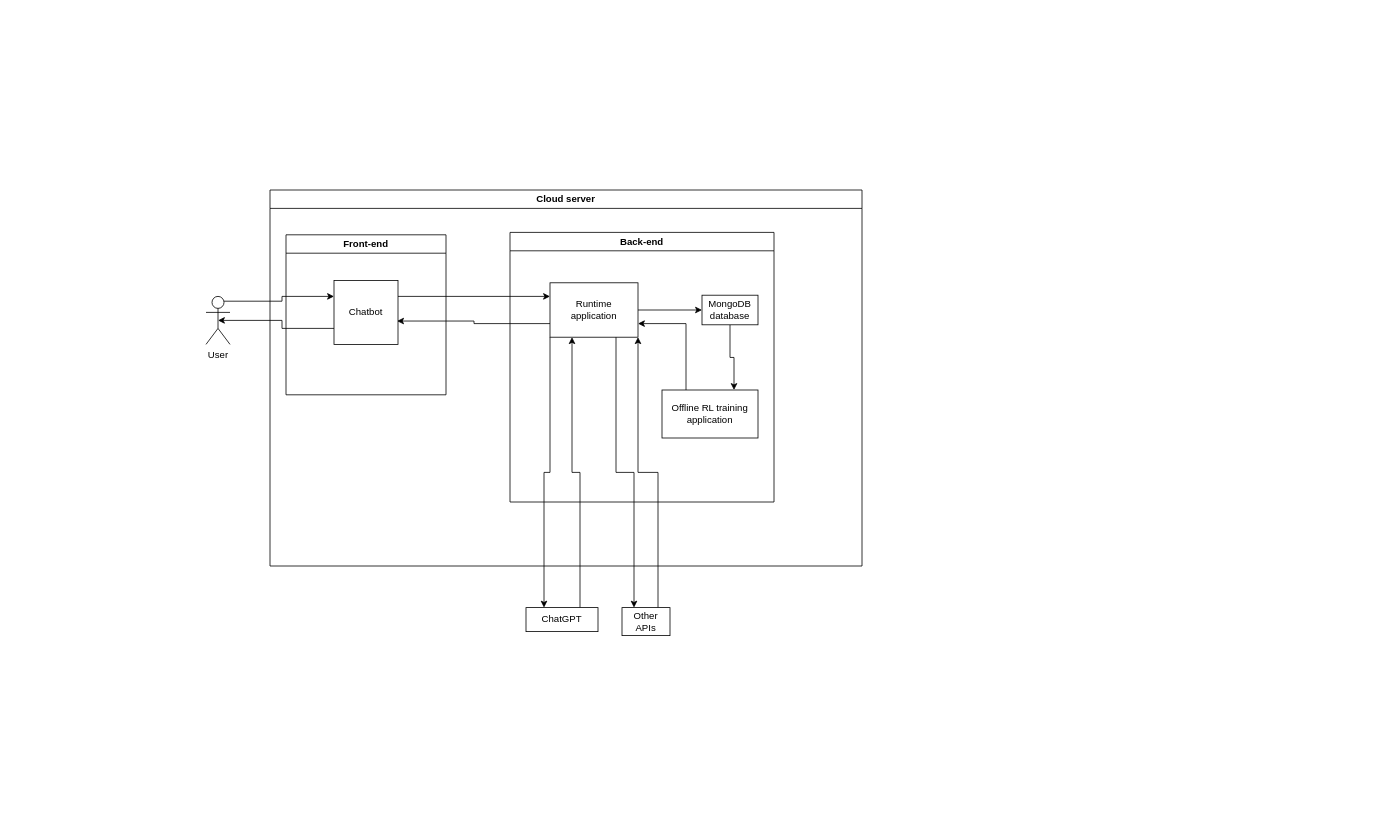
Above: DJ_plugin.drawio in danmohad/tweeter-tweeter (draw.io), before the change. Source tidied: cells renumbered, new cells numbered last; positions are measured from the earlier drawing's top-left corner, leaving out a move shared by most shapes. Both pictures are drawn from the tidied source at 80%, with x=0, y=0 at pixel (206, 190).
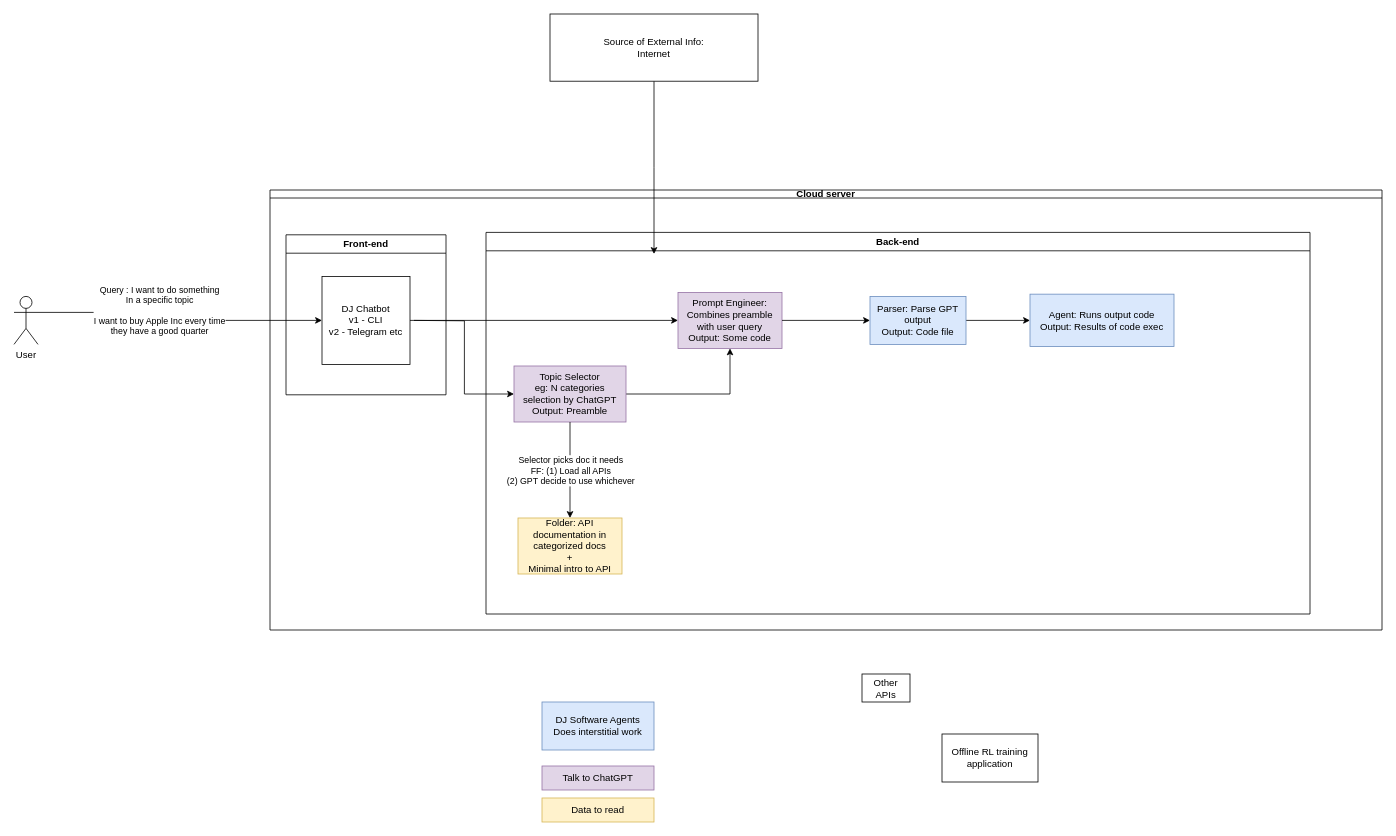
Above is the later version.

The change refers to these unchanged cells:
```xml
<mxCell id="4" value="Front-end" style="swimlane;whiteSpace=wrap;html=1;" parent="1" vertex="1">
  <mxGeometry x="100" y="56" width="200" height="200" as="geometry" />
</mxCell>
```

Change to the diagram source:
```diff
@@
-    <mxCell id="2" style="edgeStyle=orthogonalEdgeStyle;rounded=0;jettySize=auto;html=1;exitX=0.75;exitY=0.1;exitDx=0;exitDy=0;exitPerimeter=0;entryX=0;entryY=0.25;entryDx=0;entryDy=0;" parent="1" edge="1" source="3" target="5">
+    <mxCell id="2" style="edgeStyle=orthogonalEdgeStyle;rounded=0;jettySize=auto;html=1;exitX=1;exitY=0.3333333333333333;exitDx=0;exitDy=0;exitPerimeter=0;" parent="1" edge="1" source="3" target="5">
       <mxGeometry relative="1" as="geometry" />
     </mxCell>
+    <mxCell id="23" value="Query : I want to do something&lt;br&gt;In a specific topic&lt;br&gt;&lt;br&gt;I want to buy Apple Inc every time &lt;br&gt;they have a good quarter" style="edgeLabel;html=1;align=center;verticalAlign=middle;" parent="2" vertex="1">
+      <mxGeometry x="-0.08" relative="1" as="geometry">
+        <mxPoint x="-17" y="-3" as="offset" />
+      </mxGeometry>
+    </mxCell>
     <mxCell id="3" value="User" style="shape=umlActor;verticalLabelPosition=bottom;verticalAlign=top;html=1;outlineConnect=0;" parent="1" vertex="1">
-      <mxGeometry y="133" width="30" height="60" as="geometry" />
+      <mxGeometry x="-240" y="133" width="30" height="60" as="geometry" />
     </mxCell>
@@
-    <mxCell id="5" value="Chatbot" style="whiteSpace=wrap;html=1;" parent="4" vertex="1">
-      <mxGeometry x="60" y="57" width="80" height="80" as="geometry" />
-    </mxCell>
-    <mxCell id="6" style="edgeStyle=orthogonalEdgeStyle;rounded=0;jettySize=auto;html=1;exitX=0;exitY=0.75;exitDx=0;exitDy=0;entryX=0.5;entryY=0.5;entryDx=0;entryDy=0;entryPerimeter=0;" parent="1" edge="1" source="5" target="3">
-      <mxGeometry relative="1" as="geometry" />
-    </mxCell>
     <mxCell id="7" value="Back-end" style="swimlane;whiteSpace=wrap;html=1;" parent="1" vertex="1">
-      <mxGeometry x="380" y="53" width="330" height="337" as="geometry" />
+      <mxGeometry x="350" y="53" width="1030" height="477" as="geometry" />
     </mxCell>
-    <mxCell id="8" value="Runtime&lt;br&gt;application" style="rounded=0;whiteSpace=wrap;html=1;" parent="7" vertex="1">
-      <mxGeometry x="50" y="63" width="110" height="68" as="geometry" />
-    </mxCell>
-    <mxCell id="9" style="edgeStyle=orthogonalEdgeStyle;rounded=0;jettySize=auto;html=1;exitX=1;exitY=0.25;exitDx=0;exitDy=0;entryX=0;entryY=0.25;entryDx=0;entryDy=0;" parent="1" edge="1" source="5" target="8">
-      <mxGeometry relative="1" as="geometry" />
-    </mxCell>
-    <mxCell id="10" style="edgeStyle=orthogonalEdgeStyle;rounded=0;jettySize=auto;html=1;exitX=0;exitY=0.75;exitDx=0;exitDy=0;entryX=0.986;entryY=0.635;entryDx=0;entryDy=0;entryPerimeter=0;" parent="1" edge="1" source="8" target="5">
-      <mxGeometry relative="1" as="geometry" />
-    </mxCell>
-    <mxCell id="11" style="edgeStyle=orthogonalEdgeStyle;rounded=0;jettySize=auto;html=1;exitX=0.5;exitY=1;exitDx=0;exitDy=0;entryX=0.75;entryY=0;entryDx=0;entryDy=0;" parent="1" edge="1" source="12" target="19">
-      <mxGeometry relative="1" as="geometry" />
-    </mxCell>
-    <mxCell id="12" value="MongoDB database" style="rounded=0;whiteSpace=wrap;html=1;" parent="1" vertex="1">
-      <mxGeometry x="620" y="131.5" width="70" height="37" as="geometry" />
-    </mxCell>
-    <mxCell id="13" style="edgeStyle=orthogonalEdgeStyle;rounded=0;jettySize=auto;html=1;exitX=1;exitY=0.5;exitDx=0;exitDy=0;entryX=0;entryY=0.5;entryDx=0;entryDy=0;" parent="1" edge="1" source="8" target="12">
-      <mxGeometry relative="1" as="geometry" />
-    </mxCell>
-    <mxCell id="14" style="edgeStyle=orthogonalEdgeStyle;rounded=0;jettySize=auto;html=1;exitX=0.75;exitY=0;exitDx=0;exitDy=0;entryX=0.25;entryY=1;entryDx=0;entryDy=0;" parent="1" edge="1" source="15" target="8">
-      <mxGeometry relative="1" as="geometry" />
-    </mxCell>
-    <mxCell id="15" value="ChatGPT" style="rounded=0;whiteSpace=wrap;html=1;" parent="1" vertex="1">
-      <mxGeometry x="400" y="522" width="90" height="30" as="geometry" />
-    </mxCell>
-    <mxCell id="16" style="edgeStyle=orthogonalEdgeStyle;rounded=0;jettySize=auto;html=1;exitX=0.75;exitY=0;exitDx=0;exitDy=0;entryX=1;entryY=1;entryDx=0;entryDy=0;" parent="1" edge="1" source="17" target="8">
-      <mxGeometry relative="1" as="geometry" />
-    </mxCell>
     <mxCell id="17" value="Other APIs" style="rounded=0;whiteSpace=wrap;html=1;" parent="1" vertex="1">
-      <mxGeometry x="520" y="522" width="60" height="35" as="geometry" />
+      <mxGeometry x="820" y="605" width="60" height="35" as="geometry" />
     </mxCell>
-    <mxCell id="18" value="Cloud server" style="swimlane;whiteSpace=wrap;html=1;startSize=23;" parent="1" vertex="1">
-      <mxGeometry x="80" width="740" height="470" as="geometry" />
+    <mxCell id="18" value="Cloud server" style="swimlane;whiteSpace=wrap;html=1;startSize=10;" parent="1" vertex="1">
+      <mxGeometry x="80" width="1390" height="550" as="geometry" />
     </mxCell>
+    <mxCell id="24" value="Prompt Engineer: Combines preamble with user query&lt;br&gt;Output: Some code" style="rounded=0;whiteSpace=wrap;html=1;fillColor=#e1d5e7;strokeColor=#9673a6;" parent="18" vertex="1">
+      <mxGeometry x="510" y="128" width="130" height="70" as="geometry" />
+    </mxCell>
+    <mxCell id="25" style="edgeStyle=orthogonalEdgeStyle;rounded=0;jettySize=auto;html=1;exitX=1;exitY=0.5;exitDx=0;exitDy=0;entryX=0;entryY=0.5;entryDx=0;entryDy=0;" parent="18" edge="1" source="5" target="24">
+      <mxGeometry relative="1" as="geometry" />
+    </mxCell>
+    <mxCell id="5" value="DJ Chatbot&lt;br&gt;v1 - CLI&lt;br&gt;v2 - Telegram etc" style="whiteSpace=wrap;html=1;" parent="18" vertex="1">
+      <mxGeometry x="65" y="108" width="110" height="110" as="geometry" />
+    </mxCell>
+    <mxCell id="26" style="edgeStyle=orthogonalEdgeStyle;rounded=0;jettySize=auto;html=1;" parent="18" edge="1" source="27" target="24">
+      <mxGeometry relative="1" as="geometry" />
+    </mxCell>
+    <mxCell id="27" value="Topic Selector&lt;br&gt;eg: N categories&lt;br&gt;selection by ChatGPT&lt;br&gt;Output: Preamble" style="rounded=0;whiteSpace=wrap;html=1;fillColor=#e1d5e7;strokeColor=#9673a6;" parent="18" vertex="1">
+      <mxGeometry x="305" y="220" width="140" height="70" as="geometry" />
+    </mxCell>
+    <mxCell id="28" value="Folder: API documentation in categorized docs&lt;br&gt;+&lt;br&gt;Minimal intro to API" style="rounded=0;whiteSpace=wrap;html=1;fillColor=#fff2cc;strokeColor=#d6b656;" parent="18" vertex="1">
+      <mxGeometry x="310" y="410" width="130" height="70" as="geometry" />
+    </mxCell>
+    <mxCell id="29" style="endArrow=classic;html=1;rounded=0;exitX=0.5;exitY=1;exitDx=0;exitDy=0;entryX=0.5;entryY=0;entryDx=0;entryDy=0;" parent="18" edge="1" source="27" target="28">
+      <mxGeometry relative="1" as="geometry" />
+    </mxCell>
+    <mxCell id="30" value="Selector picks doc it needs&lt;br&gt;FF: (1) Load all APIs&lt;br&gt;(2) GPT decide to use whichever" style="edgeLabel;html=1;align=center;verticalAlign=middle;" parent="29" vertex="1">
+      <mxGeometry relative="1" as="geometry" />
+    </mxCell>
+    <mxCell id="31" style="edgeStyle=orthogonalEdgeStyle;rounded=0;jettySize=auto;html=1;entryX=0;entryY=0.5;entryDx=0;entryDy=0;" parent="18" edge="1" target="27">
+      <mxGeometry relative="1" as="geometry">
+        <mxPoint x="180" y="163" as="sourcePoint" />
+      </mxGeometry>
+    </mxCell>
+    <mxCell id="32" style="edgeStyle=orthogonalEdgeStyle;rounded=0;jettySize=auto;html=1;" parent="18" edge="1" source="33" target="35">
+      <mxGeometry relative="1" as="geometry" />
+    </mxCell>
+    <mxCell id="33" value="Parser: Parse GPT output&lt;br&gt;Output: Code file" style="rounded=0;whiteSpace=wrap;html=1;fillColor=#dae8fc;strokeColor=#6c8ebf;" parent="18" vertex="1">
+      <mxGeometry x="750" y="133" width="120" height="60" as="geometry" />
+    </mxCell>
+    <mxCell id="34" style="edgeStyle=orthogonalEdgeStyle;rounded=0;jettySize=auto;html=1;entryX=0;entryY=0.5;entryDx=0;entryDy=0;" parent="18" edge="1" source="24" target="33">
+      <mxGeometry relative="1" as="geometry" />
+    </mxCell>
+    <mxCell id="35" value="Agent: Runs output code&lt;br&gt;Output: Results of code exec" style="rounded=0;whiteSpace=wrap;html=1;fillColor=#dae8fc;strokeColor=#6c8ebf;" parent="18" vertex="1">
+      <mxGeometry x="950" y="130.2" width="180" height="65.5" as="geometry" />
+    </mxCell>
+    <mxCell id="36" style="edgeStyle=orthogonalEdgeStyle;rounded=0;jettySize=auto;html=1;" parent="1" edge="1" source="12">
+      <mxGeometry relative="1" as="geometry">
+        <mxPoint x="560" y="80" as="targetPoint" />
+      </mxGeometry>
+    </mxCell>
+    <mxCell id="12" value="Source of External Info:&lt;br&gt;Internet" style="rounded=0;whiteSpace=wrap;html=1;" parent="1" vertex="1">
+      <mxGeometry x="430" y="-220" width="260" height="84" as="geometry" />
+    </mxCell>
-    <mxCell id="19" value="Offline RL training application" style="rounded=0;whiteSpace=wrap;html=1;" parent="18" vertex="1">
-      <mxGeometry x="490" y="250" width="120" height="60" as="geometry" />
+    <mxCell id="19" value="Offline RL training application" style="rounded=0;whiteSpace=wrap;html=1;" parent="1" vertex="1">
+      <mxGeometry x="920" y="680" width="120" height="60" as="geometry" />
     </mxCell>
-    <mxCell id="20" style="edgeStyle=orthogonalEdgeStyle;rounded=0;jettySize=auto;html=1;exitX=0.25;exitY=0;exitDx=0;exitDy=0;entryX=1;entryY=0.75;entryDx=0;entryDy=0;" parent="1" edge="1" source="19" target="8">
-      <mxGeometry relative="1" as="geometry" />
-    </mxCell>
-    <mxCell id="21" style="edgeStyle=orthogonalEdgeStyle;rounded=0;jettySize=auto;html=1;exitX=0;exitY=1;exitDx=0;exitDy=0;entryX=0.25;entryY=0;entryDx=0;entryDy=0;" parent="1" edge="1" source="8" target="15">
-      <mxGeometry relative="1" as="geometry" />
-    </mxCell>
-    <mxCell id="22" style="edgeStyle=orthogonalEdgeStyle;rounded=0;jettySize=auto;html=1;exitX=0.75;exitY=1;exitDx=0;exitDy=0;entryX=0.25;entryY=0;entryDx=0;entryDy=0;" parent="1" edge="1" source="8" target="17">
-      <mxGeometry relative="1" as="geometry" />
-    </mxCell>
+    <mxCell id="37" value="Talk to ChatGPT" style="rounded=0;whiteSpace=wrap;html=1;fillColor=#e1d5e7;strokeColor=#9673a6;" parent="1" vertex="1">
+      <mxGeometry x="420" y="720" width="140" height="30" as="geometry" />
+    </mxCell>
+    <mxCell id="38" value="Data to read" style="rounded=0;whiteSpace=wrap;html=1;fillColor=#fff2cc;strokeColor=#d6b656;" parent="1" vertex="1">
+      <mxGeometry x="420" y="760" width="140" height="30" as="geometry" />
+    </mxCell>
+    <mxCell id="39" value="DJ Software Agents&lt;br&gt;Does interstitial work" style="rounded=0;whiteSpace=wrap;html=1;fillColor=#dae8fc;strokeColor=#6c8ebf;" parent="1" vertex="1">
+      <mxGeometry x="420" y="640" width="140" height="60" as="geometry" />
+    </mxCell>
```
